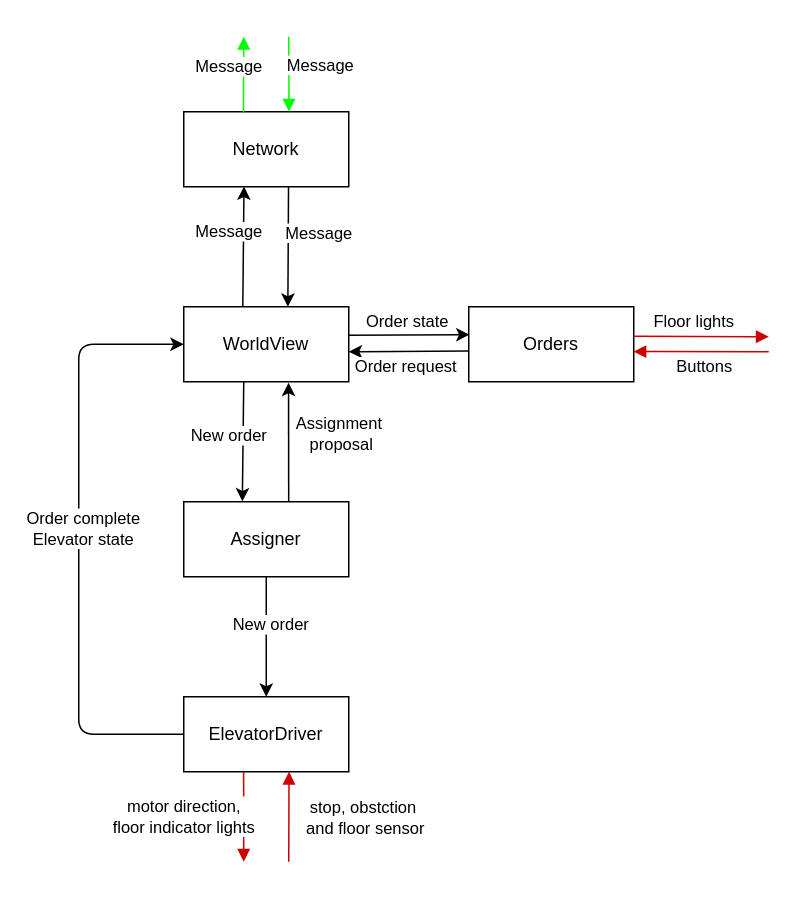
Above: UML/moduldiagram.drawio in KasperTL/elevator_go (draw.io), before the change. Source tidied: cells renumbered, new cells numbered last; positions are measured from the earlier drawing's top-left corner, leaving out a move shared by most shapes. Both pictures are drawn from the tidied source at 150%, with x=0, y=0 at pixel (78, 36).
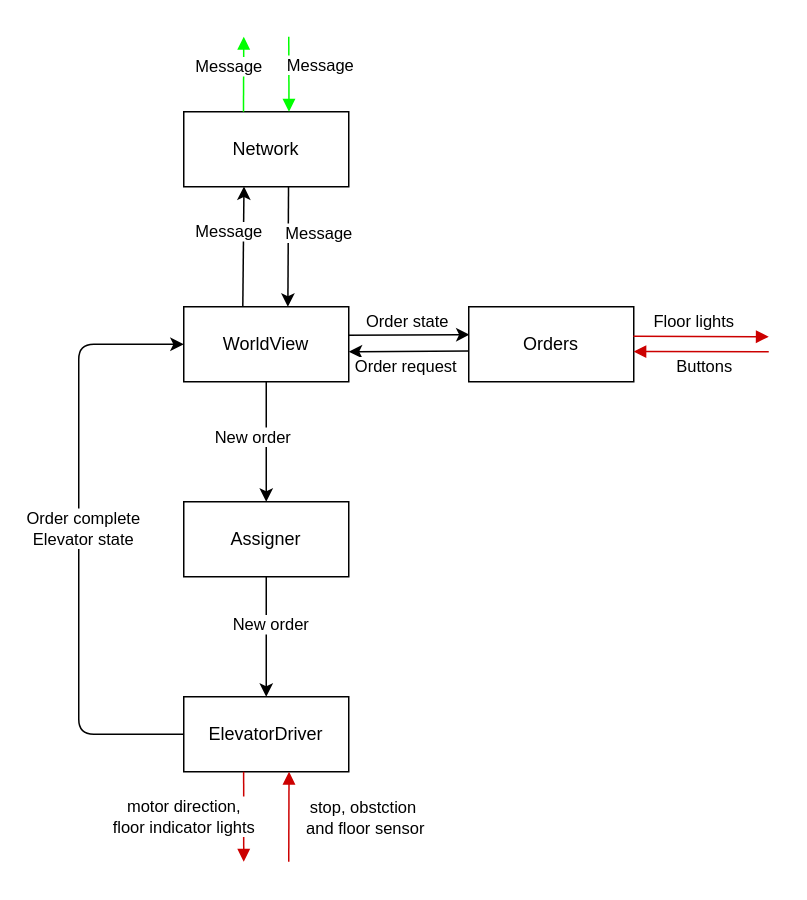
The same diagram, later.

Commit message (it also covers changes not shown here):
changes UML and Driver

The change refers to these unchanged cells:
```xml
<mxCell id="8" value="WorldView" style="html=1;whiteSpace=wrap;" parent="1" vertex="1">
  <mxGeometry x="70" y="180" width="110" height="50" as="geometry" />
</mxCell>
<mxCell id="13" value="Assigner" style="html=1;whiteSpace=wrap;" parent="1" vertex="1">
  <mxGeometry x="70" y="310" width="110" height="50" as="geometry" />
</mxCell>
```

Diff of the diagram source:
```diff
@@
-    <mxCell id="2" style="edgeStyle=none;html=1;entryX=0.355;entryY=-0.004;entryDx=0;entryDy=0;entryPerimeter=0;" parent="1" edge="1" target="13">
-      <mxGeometry relative="1" as="geometry">
-        <mxPoint x="110" y="230" as="sourcePoint" />
-      </mxGeometry>
+    <mxCell id="2" style="edgeStyle=none;html=1;entryX=0.5;entryY=0;entryDx=0;entryDy=0;exitX=0.5;exitY=1;exitDx=0;exitDy=0;" parent="1" edge="1" source="8" target="13">
+      <mxGeometry relative="1" as="geometry" />
     </mxCell>
@@
-    <mxCell id="9" style="edgeStyle=none;html=1;exitX=0.636;exitY=0;exitDx=0;exitDy=0;exitPerimeter=0;entryX=0.635;entryY=1.012;entryDx=0;entryDy=0;entryPerimeter=0;" parent="1" edge="1" source="13" target="8">
-      <mxGeometry relative="1" as="geometry" />
-    </mxCell>
-    <mxCell id="10" value="Assignment&amp;nbsp;&lt;div&gt;proposal&lt;/div&gt;" style="edgeLabel;html=1;align=center;verticalAlign=middle;" parent="9" vertex="1">
-      <mxGeometry x="0.13" y="-3" relative="1" as="geometry">
-        <mxPoint x="32" as="offset" />
-      </mxGeometry>
-    </mxCell>
```
